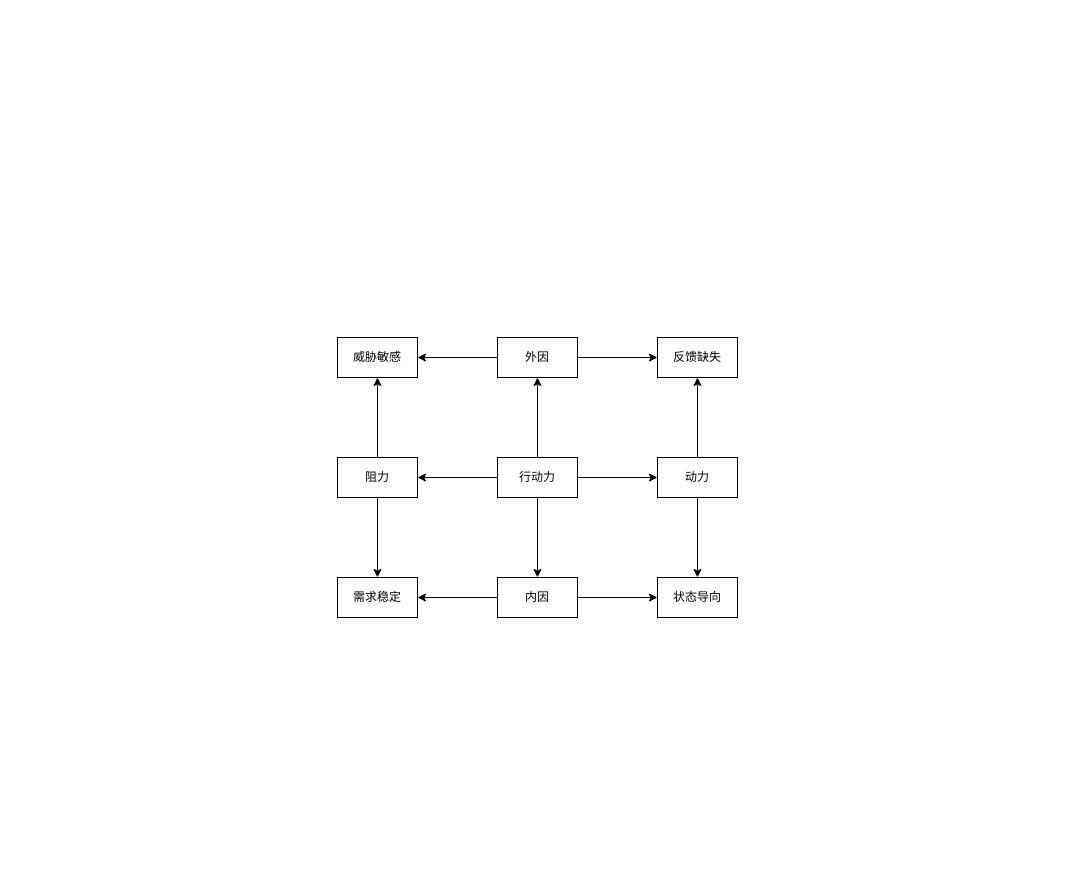
Before: 行动力-总.drawio in youyusan/open_mind, a draw.io diagram. Source tidied: cells renumbered, new cells numbered last; positions are measured from the earlier drawing's top-left corner, leaving out a move shared by most shapes. Both pictures are drawn from the tidied source at 100%, with x=0, y=0 at pixel (337, 337).
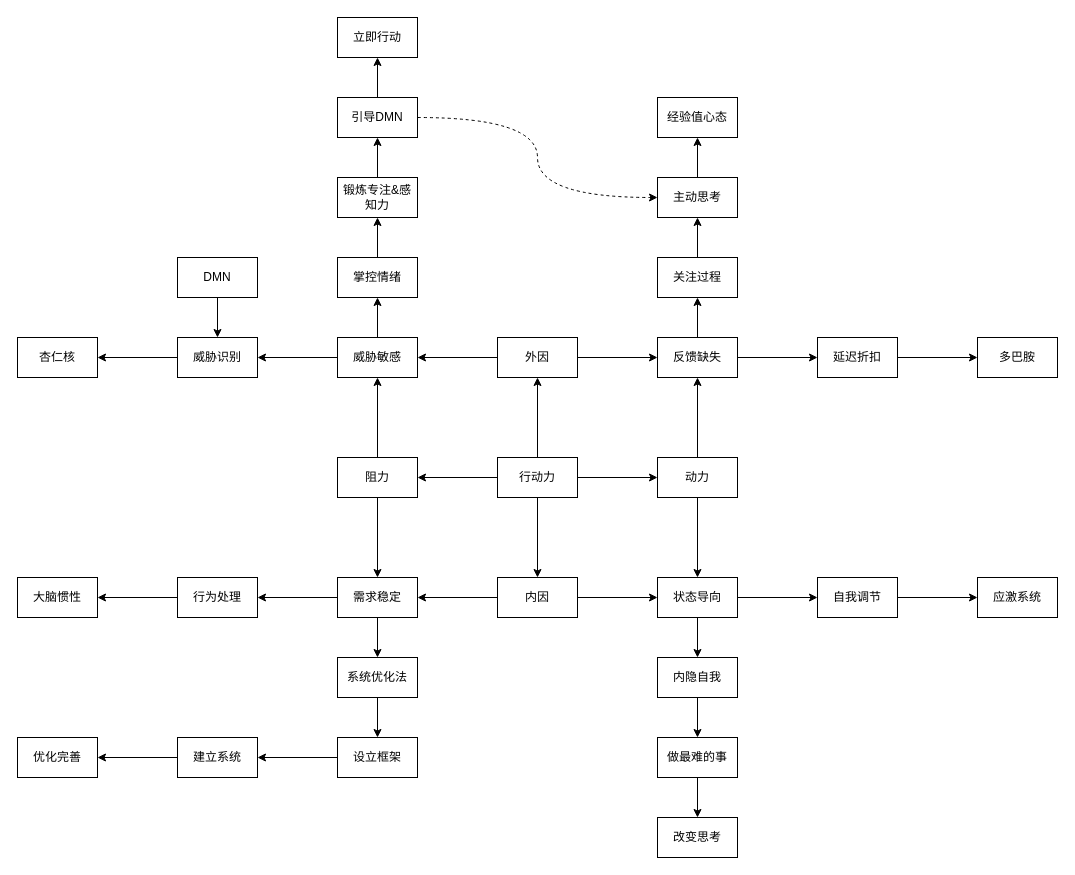
The same diagram, later.

Commit message:
更新行动力-总.drawio

The change refers to these unchanged cells:
```xml
<mxCell id="19" value="威胁敏感" style="rounded=0;whiteSpace=wrap;html=1;" parent="1" vertex="1">
  <mxGeometry width="80" height="40" as="geometry" />
</mxCell>
<mxCell id="20" value="反馈缺失" style="rounded=0;whiteSpace=wrap;html=1;" parent="1" vertex="1">
  <mxGeometry x="320" width="80" height="40" as="geometry" />
</mxCell>
<mxCell id="21" value="状态导向" style="rounded=0;whiteSpace=wrap;html=1;" parent="1" vertex="1">
  <mxGeometry x="320" y="240" width="80" height="40" as="geometry" />
</mxCell>
<mxCell id="22" value="需求稳定" style="rounded=0;whiteSpace=wrap;html=1;" parent="1" vertex="1">
  <mxGeometry y="240" width="80" height="40" as="geometry" />
</mxCell>
```

What changed in the source:
```diff
@@
+    <mxCell id="23" style="edgeStyle=orthogonalEdgeStyle;rounded=0;jettySize=auto;html=1;" parent="1" edge="1" source="19" target="33">
+      <mxGeometry relative="1" as="geometry" />
+    </mxCell>
+    <mxCell id="24" style="edgeStyle=orthogonalEdgeStyle;rounded=0;jettySize=auto;html=1;" parent="1" edge="1" source="19" target="51">
+      <mxGeometry relative="1" as="geometry" />
+    </mxCell>
@@
+    <mxCell id="25" style="edgeStyle=orthogonalEdgeStyle;rounded=0;jettySize=auto;html=1;" parent="1" edge="1" source="20" target="38">
+      <mxGeometry relative="1" as="geometry" />
+    </mxCell>
+    <mxCell id="26" style="edgeStyle=orthogonalEdgeStyle;rounded=0;jettySize=auto;html=1;" parent="1" edge="1" source="20" target="61">
+      <mxGeometry relative="1" as="geometry" />
+    </mxCell>
@@
+    <mxCell id="27" style="edgeStyle=orthogonalEdgeStyle;rounded=0;jettySize=auto;html=1;" parent="1" edge="1" source="21" target="41">
+      <mxGeometry relative="1" as="geometry" />
+    </mxCell>
+    <mxCell id="28" style="edgeStyle=orthogonalEdgeStyle;rounded=0;jettySize=auto;html=1;" parent="1" edge="1" source="21" target="66">
+      <mxGeometry relative="1" as="geometry" />
+    </mxCell>
@@
+    <mxCell id="29" style="edgeStyle=orthogonalEdgeStyle;rounded=0;jettySize=auto;html=1;entryX=1;entryY=0.5;entryDx=0;entryDy=0;" parent="1" edge="1" source="22" target="36">
+      <mxGeometry relative="1" as="geometry" />
+    </mxCell>
+    <mxCell id="30" style="edgeStyle=orthogonalEdgeStyle;rounded=0;jettySize=auto;html=1;" parent="1" edge="1" source="22" target="44">
+      <mxGeometry relative="1" as="geometry" />
+    </mxCell>
@@
+    <mxCell id="31" value="大脑惯性" style="rounded=0;whiteSpace=wrap;html=1;" parent="1" vertex="1">
+      <mxGeometry x="-320" y="240" width="80" height="40" as="geometry" />
+    </mxCell>
+    <mxCell id="32" style="edgeStyle=orthogonalEdgeStyle;rounded=0;jettySize=auto;html=1;" parent="1" edge="1" source="33" target="34">
+      <mxGeometry relative="1" as="geometry" />
+    </mxCell>
+    <mxCell id="33" value="威胁识别" style="rounded=0;whiteSpace=wrap;html=1;" parent="1" vertex="1">
+      <mxGeometry x="-160" width="80" height="40" as="geometry" />
+    </mxCell>
+    <mxCell id="34" value="杏仁核" style="rounded=0;whiteSpace=wrap;html=1;" parent="1" vertex="1">
+      <mxGeometry x="-320" width="80" height="40" as="geometry" />
+    </mxCell>
+    <mxCell id="35" style="edgeStyle=orthogonalEdgeStyle;rounded=0;jettySize=auto;html=1;entryX=1;entryY=0.5;entryDx=0;entryDy=0;" parent="1" edge="1" source="36" target="31">
+      <mxGeometry relative="1" as="geometry" />
+    </mxCell>
+    <mxCell id="36" value="行为处理" style="rounded=0;whiteSpace=wrap;html=1;" parent="1" vertex="1">
+      <mxGeometry x="-160" y="240" width="80" height="40" as="geometry" />
+    </mxCell>
+    <mxCell id="37" style="edgeStyle=orthogonalEdgeStyle;rounded=0;jettySize=auto;html=1;" parent="1" edge="1" source="38" target="39">
+      <mxGeometry relative="1" as="geometry" />
+    </mxCell>
+    <mxCell id="38" value="延迟折扣" style="rounded=0;whiteSpace=wrap;html=1;" parent="1" vertex="1">
+      <mxGeometry x="480" width="80" height="40" as="geometry" />
+    </mxCell>
+    <mxCell id="39" value="多巴胺" style="rounded=0;whiteSpace=wrap;html=1;" parent="1" vertex="1">
+      <mxGeometry x="640" width="80" height="40" as="geometry" />
+    </mxCell>
+    <mxCell id="40" style="edgeStyle=orthogonalEdgeStyle;rounded=0;jettySize=auto;html=1;" parent="1" edge="1" source="41" target="42">
+      <mxGeometry relative="1" as="geometry" />
+    </mxCell>
+    <mxCell id="41" value="自我调节" style="rounded=0;whiteSpace=wrap;html=1;" parent="1" vertex="1">
+      <mxGeometry x="480" y="240" width="80" height="40" as="geometry" />
+    </mxCell>
+    <mxCell id="42" value="应激系统" style="rounded=0;whiteSpace=wrap;html=1;" parent="1" vertex="1">
+      <mxGeometry x="640" y="240" width="80" height="40" as="geometry" />
+    </mxCell>
+    <mxCell id="43" style="edgeStyle=orthogonalEdgeStyle;rounded=0;jettySize=auto;html=1;" parent="1" edge="1" source="44" target="46">
+      <mxGeometry relative="1" as="geometry" />
+    </mxCell>
+    <mxCell id="44" value="系统优化法" style="rounded=0;whiteSpace=wrap;html=1;" parent="1" vertex="1">
+      <mxGeometry y="320" width="80" height="40" as="geometry" />
+    </mxCell>
+    <mxCell id="45" style="edgeStyle=orthogonalEdgeStyle;rounded=0;jettySize=auto;html=1;" parent="1" edge="1" source="46" target="49">
+      <mxGeometry relative="1" as="geometry" />
+    </mxCell>
+    <mxCell id="46" value="设立框架" style="rounded=0;whiteSpace=wrap;html=1;" parent="1" vertex="1">
+      <mxGeometry y="400" width="80" height="40" as="geometry" />
+    </mxCell>
+    <mxCell id="47" value="优化完善" style="rounded=0;whiteSpace=wrap;html=1;" parent="1" vertex="1">
+      <mxGeometry x="-320" y="400" width="80" height="40" as="geometry" />
+    </mxCell>
+    <mxCell id="48" style="edgeStyle=orthogonalEdgeStyle;rounded=0;jettySize=auto;html=1;entryX=1;entryY=0.5;entryDx=0;entryDy=0;" parent="1" edge="1" source="49" target="47">
+      <mxGeometry relative="1" as="geometry" />
+    </mxCell>
+    <mxCell id="49" value="建立系统" style="rounded=0;whiteSpace=wrap;html=1;" parent="1" vertex="1">
+      <mxGeometry x="-160" y="400" width="80" height="40" as="geometry" />
+    </mxCell>
+    <mxCell id="50" style="edgeStyle=orthogonalEdgeStyle;rounded=0;jettySize=auto;html=1;entryX=0.5;entryY=1;entryDx=0;entryDy=0;" parent="1" edge="1" source="51" target="59">
+      <mxGeometry relative="1" as="geometry" />
+    </mxCell>
+    <mxCell id="51" value="掌控情绪" style="rounded=0;whiteSpace=wrap;html=1;" parent="1" vertex="1">
+      <mxGeometry y="-80" width="80" height="40" as="geometry" />
+    </mxCell>
+    <mxCell id="52" style="edgeStyle=orthogonalEdgeStyle;rounded=0;jettySize=auto;html=1;" parent="1" edge="1" source="53" target="33">
+      <mxGeometry relative="1" as="geometry" />
+    </mxCell>
+    <mxCell id="53" value="DMN" style="rounded=0;whiteSpace=wrap;html=1;" parent="1" vertex="1">
+      <mxGeometry x="-160" y="-80" width="80" height="40" as="geometry" />
+    </mxCell>
+    <mxCell id="54" style="edgeStyle=orthogonalEdgeStyle;rounded=0;jettySize=auto;html=1;entryX=0.5;entryY=1;entryDx=0;entryDy=0;" parent="1" edge="1" source="56" target="57">
+      <mxGeometry relative="1" as="geometry" />
+    </mxCell>
+    <mxCell id="55" style="edgeStyle=orthogonalEdgeStyle;rounded=0;jettySize=auto;html=1;entryX=0;entryY=0.5;entryDx=0;entryDy=0;dashed=1;curved=1;" parent="1" edge="1" source="56" target="63">
+      <mxGeometry relative="1" as="geometry" />
+    </mxCell>
+    <mxCell id="56" value="引导DMN" style="rounded=0;whiteSpace=wrap;html=1;" parent="1" vertex="1">
+      <mxGeometry y="-240" width="80" height="40" as="geometry" />
+    </mxCell>
+    <mxCell id="57" value="立即行动" style="rounded=0;whiteSpace=wrap;html=1;" parent="1" vertex="1">
+      <mxGeometry y="-320" width="80" height="40" as="geometry" />
+    </mxCell>
+    <mxCell id="58" style="edgeStyle=orthogonalEdgeStyle;rounded=0;jettySize=auto;html=1;entryX=0.5;entryY=1;entryDx=0;entryDy=0;" parent="1" edge="1" source="59" target="56">
+      <mxGeometry relative="1" as="geometry" />
+    </mxCell>
+    <mxCell id="59" value="锻炼专注&amp;amp;感知力" style="rounded=0;whiteSpace=wrap;html=1;" parent="1" vertex="1">
+      <mxGeometry y="-160" width="80" height="40" as="geometry" />
+    </mxCell>
+    <mxCell id="60" style="edgeStyle=orthogonalEdgeStyle;rounded=0;jettySize=auto;html=1;entryX=0.5;entryY=1;entryDx=0;entryDy=0;" parent="1" edge="1" source="61" target="63">
+      <mxGeometry relative="1" as="geometry" />
+    </mxCell>
+    <mxCell id="61" value="关注过程" style="rounded=0;whiteSpace=wrap;html=1;" parent="1" vertex="1">
+      <mxGeometry x="320" y="-80" width="80" height="40" as="geometry" />
+    </mxCell>
+    <mxCell id="62" style="edgeStyle=orthogonalEdgeStyle;rounded=0;jettySize=auto;html=1;" parent="1" edge="1" source="63" target="64">
+      <mxGeometry relative="1" as="geometry" />
+    </mxCell>
+    <mxCell id="63" value="主动思考" style="rounded=0;whiteSpace=wrap;html=1;" parent="1" vertex="1">
+      <mxGeometry x="320" y="-160" width="80" height="40" as="geometry" />
+    </mxCell>
+    <mxCell id="64" value="经验值心态" style="rounded=0;whiteSpace=wrap;html=1;" parent="1" vertex="1">
+      <mxGeometry x="320" y="-240" width="80" height="40" as="geometry" />
+    </mxCell>
+    <mxCell id="65" style="edgeStyle=orthogonalEdgeStyle;rounded=0;jettySize=auto;html=1;" parent="1" edge="1" source="66" target="68">
+      <mxGeometry relative="1" as="geometry" />
+    </mxCell>
+    <mxCell id="66" value="内隐自我" style="rounded=0;whiteSpace=wrap;html=1;" parent="1" vertex="1">
+      <mxGeometry x="320" y="320" width="80" height="40" as="geometry" />
+    </mxCell>
+    <mxCell id="67" style="edgeStyle=orthogonalEdgeStyle;rounded=0;jettySize=auto;html=1;" parent="1" edge="1" source="68" target="69">
+      <mxGeometry relative="1" as="geometry" />
+    </mxCell>
+    <mxCell id="68" value="做最难的事" style="rounded=0;whiteSpace=wrap;html=1;" parent="1" vertex="1">
+      <mxGeometry x="320" y="400" width="80" height="40" as="geometry" />
+    </mxCell>
+    <mxCell id="69" value="改变思考" style="rounded=0;whiteSpace=wrap;html=1;" parent="1" vertex="1">
+      <mxGeometry x="320" y="480" width="80" height="40" as="geometry" />
+    </mxCell>
```
